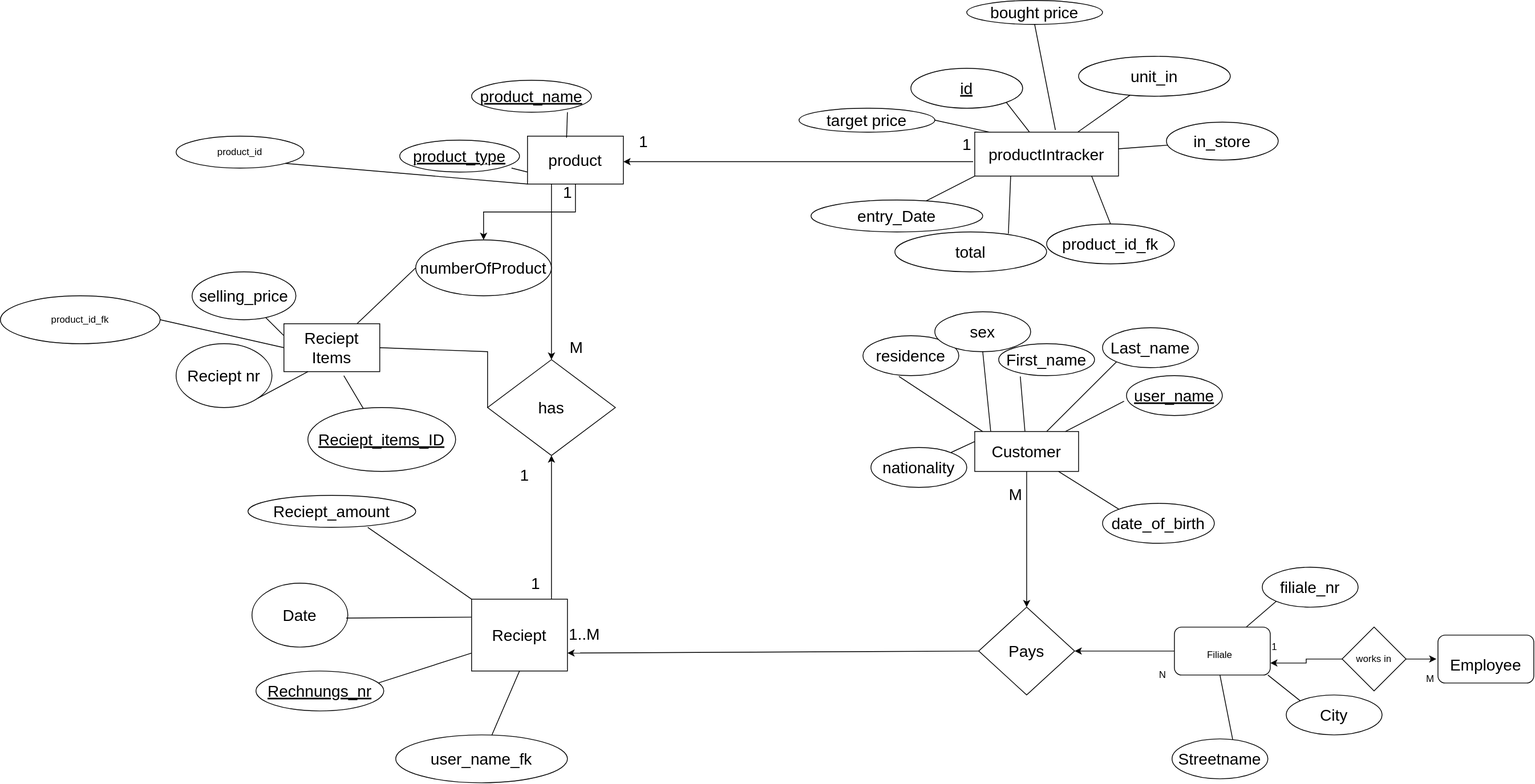
bishalmhrjan/JavaFX-Employee-Customer-Product-Manager keeps this draw.io diagram as svgfiles/DiyaDesktop.svg. Above is the earlier version. Source tidied: cells renumbered, new cells last; positions are measured from the earlier drawing's top-left corner, leaving out a move shared by most shapes.
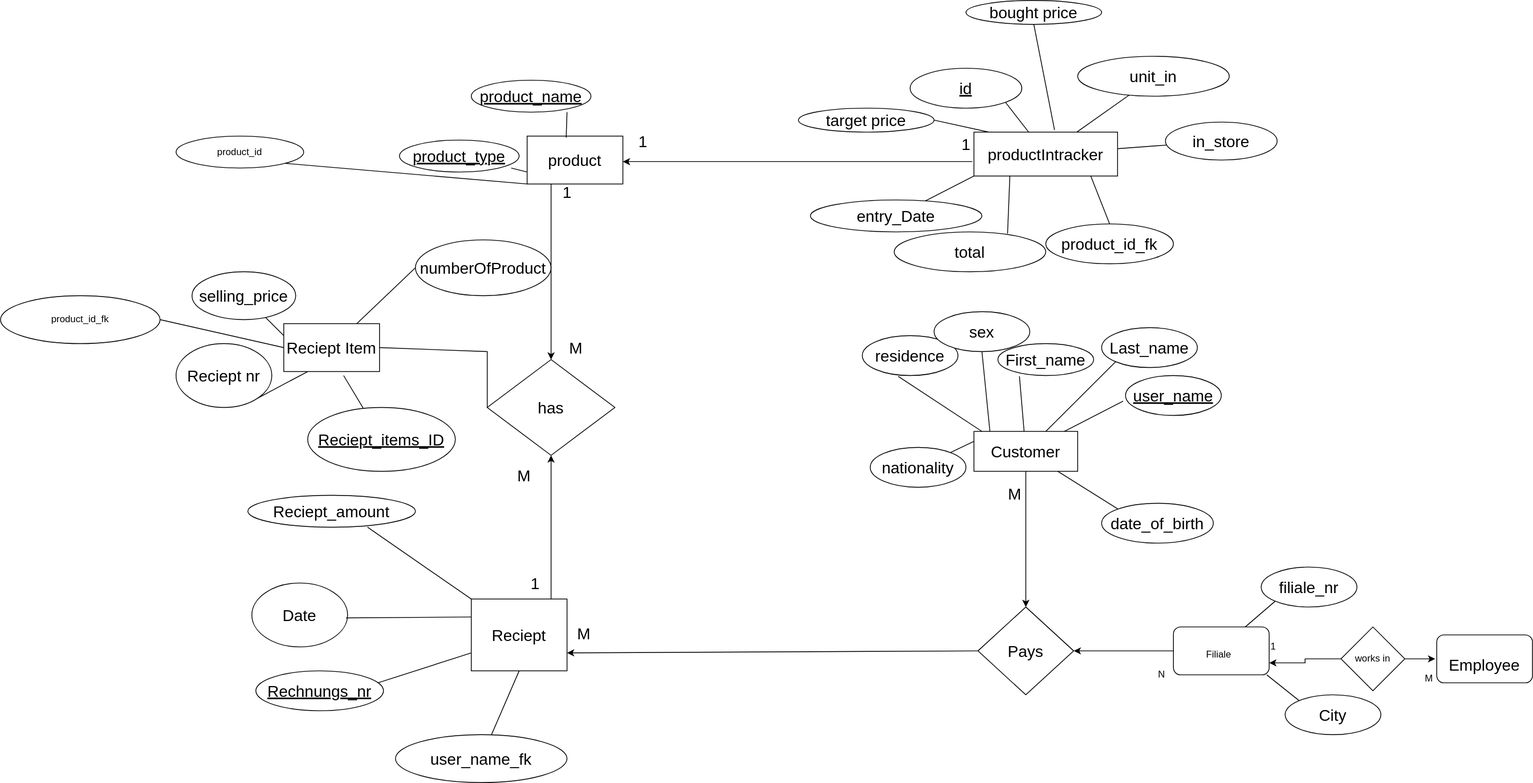
After the commit.

Change to the diagram source:
```diff
@@ -2,9 +2,6 @@
   <root>
     <mxCell id="0" />
     <mxCell id="1" parent="0" />
-    <mxCell id="2" style="edgeStyle=orthogonalEdgeStyle;rounded=0;jettySize=auto;html=1;" parent="1" edge="1" source="3" target="17">
-      <mxGeometry relative="1" as="geometry" />
-    </mxCell>
     <mxCell id="3" value="&lt;font style=&quot;font-size: 20px;&quot;&gt;product&lt;/font&gt;" style="rounded=0;whiteSpace=wrap;html=1;" parent="1" vertex="1">
       <mxGeometry x="660" y="170" width="120" height="60" as="geometry" />
     </mxCell>
@@ -146,12 +143,12 @@
         <mxPoint x="690" y="230" as="sourcePoint" />
       </mxGeometry>
     </mxCell>
-    <mxCell id="45" value="1" style="edgeLabel;html=1;align=center;verticalAlign=middle;fontSize=20;" parent="44" vertex="1">
+    <mxCell id="45" value="M" style="edgeLabel;html=1;align=center;verticalAlign=middle;fontSize=20;" parent="44" vertex="1">
       <mxGeometry x="0.74" y="-5" relative="1" as="geometry">
         <mxPoint x="-30" y="172" as="offset" />
       </mxGeometry>
     </mxCell>
-    <mxCell id="46" value="1..M" style="edgeLabel;html=1;align=center;verticalAlign=middle;fontSize=20;" parent="1" vertex="1">
+    <mxCell id="46" value="M" style="edgeLabel;html=1;align=center;verticalAlign=middle;fontSize=20;" parent="1" vertex="1">
       <mxGeometry x="720" y="260.3" as="geometry">
         <mxPoint x="10" y="532" as="offset" />
       </mxGeometry>
@@ -161,7 +158,7 @@
         <mxPoint x="595" y="-115" as="offset" />
       </mxGeometry>
     </mxCell>
-    <mxCell id="48" value="Reciept Items" style="rounded=0;whiteSpace=wrap;html=1;fontSize=20;" parent="1" vertex="1">
+    <mxCell id="48" value="Reciept Item" style="rounded=0;whiteSpace=wrap;html=1;fontSize=20;" parent="1" vertex="1">
       <mxGeometry x="355" y="405" width="120" height="60" as="geometry" />
     </mxCell>
     <mxCell id="49" value="Reciept nr" style="ellipse;whiteSpace=wrap;html=1;fontSize=20;" parent="1" vertex="1">
@@ -285,18 +282,12 @@
     <mxCell id="85" value="&amp;nbsp;" style="ellipse;whiteSpace=wrap;html=1;" parent="1" vertex="1">
       <mxGeometry x="1610" y="870" width="120" height="50" as="geometry" />
     </mxCell>
-    <mxCell id="86" value="&lt;span style=&quot;font-size: 20px;&quot;&gt;Streetname&lt;/span&gt;" style="ellipse;whiteSpace=wrap;html=1;" parent="1" vertex="1">
-      <mxGeometry x="1467" y="925" width="120" height="50" as="geometry" />
-    </mxCell>
     <mxCell id="87" value="&lt;span style=&quot;font-size: 20px;&quot;&gt;City&lt;/span&gt;" style="text;html=1;strokeColor=none;fillColor=none;align=center;verticalAlign=middle;whiteSpace=wrap;rounded=0;" parent="1" vertex="1">
       <mxGeometry x="1620" y="880" width="100" height="30" as="geometry" />
     </mxCell>
     <mxCell id="88" style="endArrow=none;html=1;rounded=0;exitX=0;exitY=0;exitDx=0;exitDy=0;entryX=1;entryY=1;entryDx=0;entryDy=0;" parent="1" edge="1" source="85" target="83">
       <mxGeometry relative="1" as="geometry" />
     </mxCell>
-    <mxCell id="89" style="endArrow=none;html=1;rounded=0;entryX=0.5;entryY=1;entryDx=0;entryDy=0;exitX=0.633;exitY=0.015;exitDx=0;exitDy=0;exitPerimeter=0;" parent="1" edge="1" source="86" target="83">
-      <mxGeometry relative="1" as="geometry" />
-    </mxCell>
     <mxCell id="90" style="endArrow=none;html=1;rounded=0;entryX=0;entryY=1;entryDx=0;entryDy=0;exitX=0.75;exitY=0;exitDx=0;exitDy=0;" parent="1" edge="1" source="82" target="84">
       <mxGeometry relative="1" as="geometry" />
     </mxCell>
```
